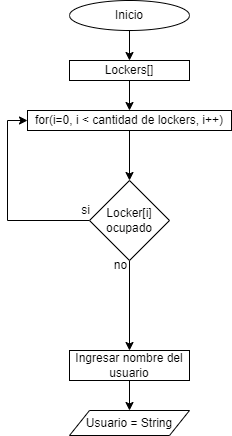
The draw.io diagram Locker para bicicletas.png in dasamepu/Flujo-de-funciones-para-encapsular-algoritmos, before a commit. Source tidied: cells renumbered, new cells last; positions are measured from the earlier drawing's top-left corner, leaving out a move shared by most shapes.
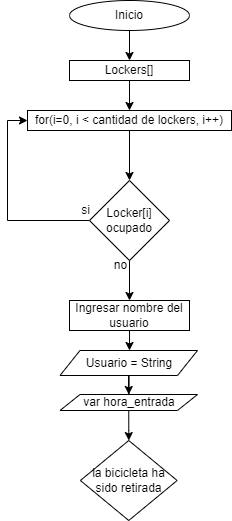
The same diagram one commit later.

Change to the diagram source:
```diff
@@ -44,10 +44,22 @@
       <mxGeometry relative="1" as="geometry" />
     </mxCell>
     <mxCell id="14" value="Ingresar nombre del usuario" style="whiteSpace=wrap;html=1;" parent="1" vertex="1">
-      <mxGeometry x="62" y="350" width="120" height="30" as="geometry" />
+      <mxGeometry x="62" y="300" width="120" height="30" as="geometry" />
     </mxCell>
+    <mxCell id="16" style="edgeStyle=orthogonalEdgeStyle;rounded=0;jettySize=auto;html=1;" parent="1" edge="1" source="15" target="18">
+      <mxGeometry relative="1" as="geometry" />
+    </mxCell>
     <mxCell id="15" value="Usuario = String" style="shape=parallelogram;perimeter=parallelogramPerimeter;whiteSpace=wrap;html=1;fixedSize=1;" parent="1" vertex="1">
-      <mxGeometry x="62" y="410" width="120" height="25" as="geometry" />
+      <mxGeometry x="52.5" y="350" width="137.5" height="25" as="geometry" />
     </mxCell>
+    <mxCell id="17" style="edgeStyle=orthogonalEdgeStyle;rounded=0;jettySize=auto;html=1;" parent="1" edge="1" source="18" target="19">
+      <mxGeometry relative="1" as="geometry" />
+    </mxCell>
+    <mxCell id="18" value="var hora_entrada&lt;br&gt;" style="shape=parallelogram;perimeter=parallelogramPerimeter;whiteSpace=wrap;html=1;fixedSize=1;" parent="1" vertex="1">
+      <mxGeometry x="52.5" y="394" width="137.5" height="16" as="geometry" />
+    </mxCell>
+    <mxCell id="19" value="la bicicleta ha sido retirada" style="rhombus;whiteSpace=wrap;html=1;" parent="1" vertex="1">
+      <mxGeometry x="72.9" y="440" width="96.8" height="80" as="geometry" />
+    </mxCell>
   </root>
 </mxGraphModel>
```
